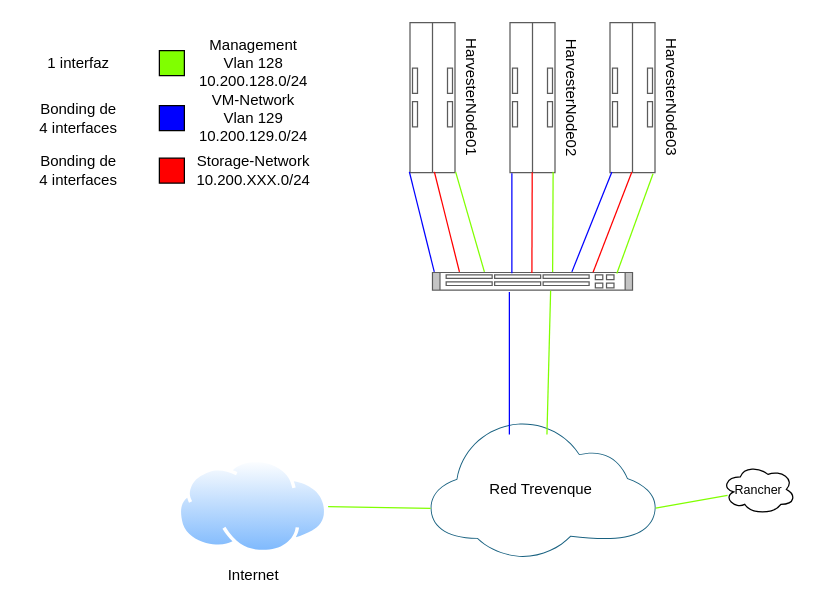
Earlier version of the draw.io diagram Infraestructura/Topografia.drawio (firex20/ProyectoFinalCiclo). Source tidied: cells renumbered, new cells numbered last; positions are measured from the earlier drawing's top-left corner, leaving out a move shared by most shapes. Both pictures are drawn from the tidied source at 125%, with x=0, y=0 at pixel (21, 21).
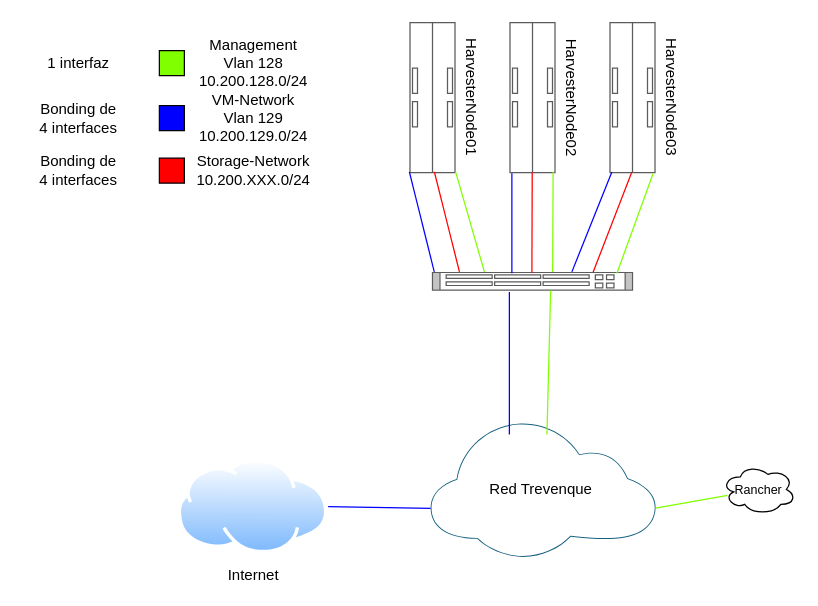
The same page after the edit.

The change refers to these unchanged cells:
```xml
<mxCell id="6" style="points=[[0,0.64,0],[0.2,0.15,0],[0.4,0.01,0],[0.79,0.25,0],[1,0.65,0],[0.8,0.86,0],[0.41,1,0],[0.16,0.86,0]];verticalLabelPosition=bottom;sketch=0;html=1;verticalAlign=top;align=center;shape=mxgraph.cisco19.cloud;fillColor=#186180;strokeColor=none;" parent="1" vertex="1">
  <mxGeometry x="327" y="320" width="180" height="108" as="geometry" />
</mxCell>
<mxCell id="33" value="Internet" style="image;perimeter=ellipsePerimeter;html=1;align=center;shadow=0;dashed=0;spacingTop=3;image=img/lib/active_directory/internet_cloud.svg;" parent="1" vertex="1">
  <mxGeometry x="125" y="350" width="120" height="75.6" as="geometry" />
</mxCell>
```

Change to the diagram source:
```diff
@@
-    <mxCell id="34" style="endArrow=none;html=1;rounded=0;entryX=0;entryY=0.64;entryDx=0;entryDy=0;entryPerimeter=0;strokeColor=#80FF00;exitX=1;exitY=0.5;exitDx=0;exitDy=0;" parent="1" edge="1" source="33" target="6">
+    <mxCell id="34" style="endArrow=none;html=1;rounded=0;entryX=0;entryY=0.64;entryDx=0;entryDy=0;entryPerimeter=0;strokeColor=#0000ff;exitX=1;exitY=0.5;exitDx=0;exitDy=0;" parent="1" edge="1" source="33" target="6">
       <mxGeometry relative="1" as="geometry" />
     </mxCell>
```
